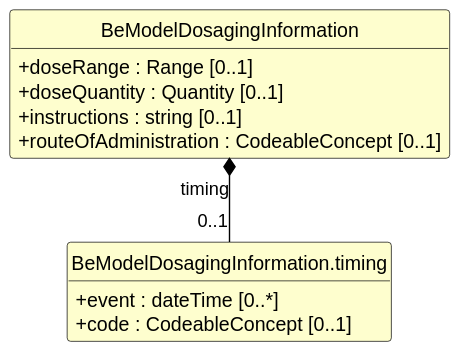
Above: exports/diagrams/BeModelDosagingInformation-uml.svg in caresets/caresets-src (PlantUML), before the change. Its diagram source:
```plantuml
@startuml
skinparam shadowing false
skinparam classAttributeIconSize 0
skinparam linetype ortho
skinparam class {
  BackgroundColor #FEFECE
  BorderColor #000000
  ArrowColor #000000
  FontStyle bold
  AttributeFontStyle normal
}
hide circle
hide empty members

class "BeModelDosagingInformation" as BeModelDosagingInformation {
  +doseRange : Range [0..1]
  +doseQuantity : Quantity [0..1]
  +instructions : string [0..1]
  +routeOfAdministration : CodeableConcept [0..1]
}

class "BeModelDosagingInformation.timing" as BeModelDosagingInformation_timing {
  +event : dateTime [0..*]
  +code : CodeableConcept [0..1]
}

BeModelDosagingInformation *-- "0..1" BeModelDosagingInformation_timing : timing
@enduml
```
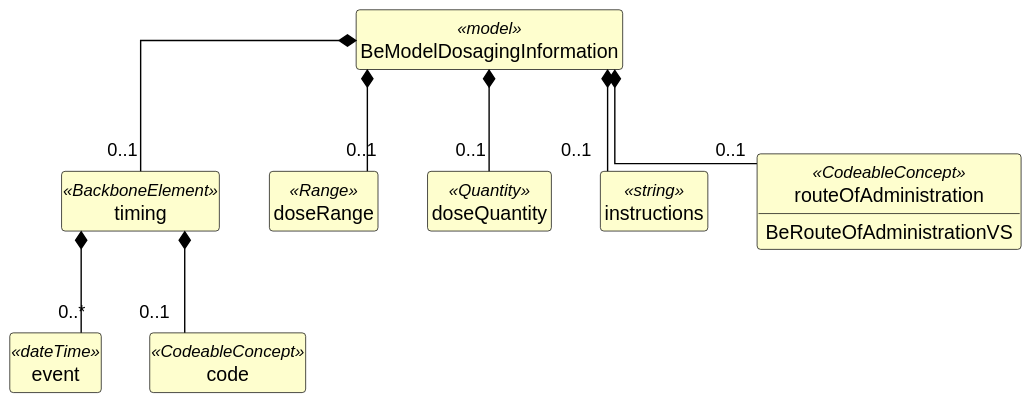
The same diagram one commit later.

What changed in the source:
```diff
@@ -12,17 +12,36 @@
 hide circle
 hide empty members
 
-class "BeModelDosagingInformation" as BeModelDosagingInformation {
-  +doseRange : Range [0..1]
-  +doseQuantity : Quantity [0..1]
-  +instructions : string [0..1]
-  +routeOfAdministration : CodeableConcept [0..1]
+class "BeModelDosagingInformation" as BeModelDosagingInformation <<model>> {
 }
 
-class "BeModelDosagingInformation.timing" as BeModelDosagingInformation_timing {
-  +event : dateTime [0..*]
-  +code : CodeableConcept [0..1]
+class "timing" as BeModelDosagingInformation_timing <<BackboneElement>> {
 }
 
-BeModelDosagingInformation *-- "0..1" BeModelDosagingInformation_timing : timing
+class "event" as BeModelDosagingInformation_timing_event <<dateTime>> {
+}
+
+class "code" as BeModelDosagingInformation_timing_code <<CodeableConcept>> {
+}
+
+class "doseRange" as BeModelDosagingInformation_doseRange <<Range>> {
+}
+
+class "doseQuantity" as BeModelDosagingInformation_doseQuantity <<Quantity>> {
+}
+
+class "instructions" as BeModelDosagingInformation_instructions <<string>> {
+}
+
+class "routeOfAdministration" as BeModelDosagingInformation_routeOfAdministration <<CodeableConcept>> {
+  BeRouteOfAdministrationVS
+}
+
+BeModelDosagingInformation *-- "0..1" BeModelDosagingInformation_timing
+BeModelDosagingInformation_timing *-- "0..*" BeModelDosagingInformation_timing_event
+BeModelDosagingInformation_timing *-- "0..1" BeModelDosagingInformation_timing_code
+BeModelDosagingInformation *-- "0..1" BeModelDosagingInformation_doseRange
+BeModelDosagingInformation *-- "0..1" BeModelDosagingInformation_doseQuantity
+BeModelDosagingInformation *-- "0..1" BeModelDosagingInformation_instructions
+BeModelDosagingInformation *-- "0..1" BeModelDosagingInformation_routeOfAdministration
 @enduml
```
